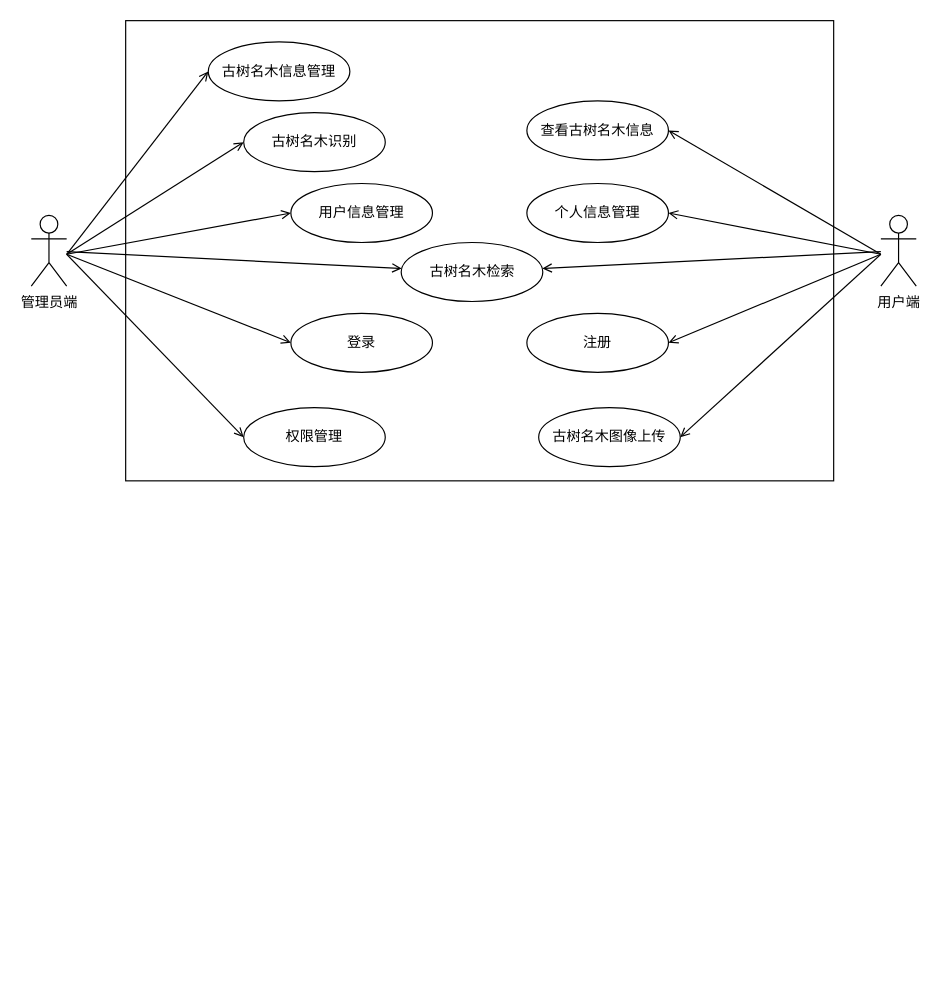
The draw.io diagram page "图4.1 系统整体用例图" (1 of 7) of word/第4章/第四章.drawio in ssl1995/imooc-wiki, before the edit. Source tidied: cells renumbered, new cells numbered last; positions are measured from the earlier drawing's top-left corner, leaving out a move shared by most shapes. Both pictures are drawn from the tidied source at 118%, with x=0, y=0 at pixel (31, 20).
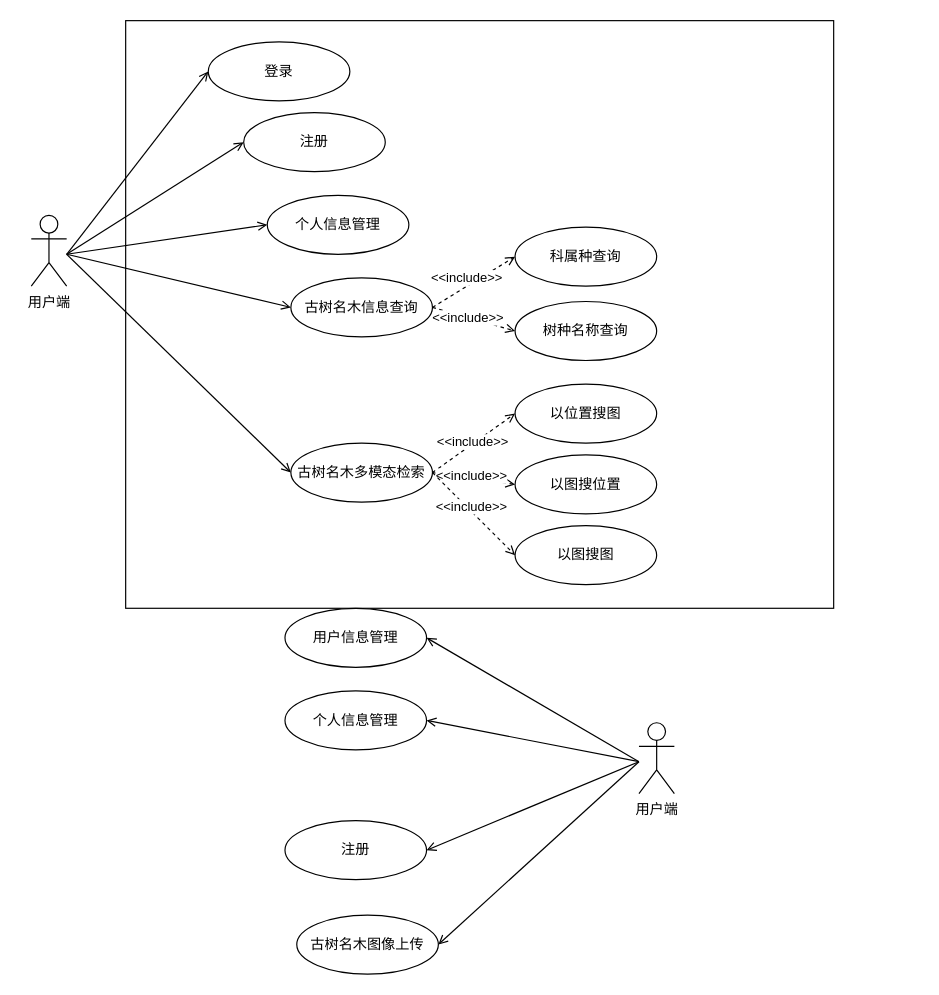
After the change.

Change to the diagram source:
```diff
@@
     <mxCell id="2" style="rounded=0;whiteSpace=wrap;html=1;" parent="1" vertex="1">
-      <mxGeometry x="80" width="600" height="390" as="geometry" />
+      <mxGeometry x="80" width="600" height="498" as="geometry" />
     </mxCell>
@@
-    <mxCell id="5" style="rounded=0;jettySize=auto;html=1;endArrow=open;endFill=0;" parent="1" edge="1" source="9" target="18">
-      <mxGeometry relative="1" as="geometry" />
-    </mxCell>
@@
-    <mxCell id="9" value="管理员端" style="shape=umlActor;verticalLabelPosition=bottom;verticalAlign=top;html=1;outlineConnect=0;" parent="1" vertex="1">
+    <mxCell id="9" value="用户端" style="shape=umlActor;verticalLabelPosition=bottom;verticalAlign=top;html=1;outlineConnect=0;" parent="1" vertex="1">
       <mxGeometry y="165" width="30" height="60" as="geometry" />
     </mxCell>
-    <mxCell id="10" value="古树名木信息管理" style="ellipse;whiteSpace=wrap;html=1;" parent="1" vertex="1">
+    <mxCell id="10" value="登录" style="ellipse;whiteSpace=wrap;html=1;" parent="1" vertex="1">
       <mxGeometry x="150" y="18" width="120" height="50" as="geometry" />
     </mxCell>
-    <mxCell id="11" value="用户信息管理" style="ellipse;whiteSpace=wrap;html=1;" parent="1" vertex="1">
-      <mxGeometry x="220" y="138" width="120" height="50" as="geometry" />
+    <mxCell id="11" value="个人信息管理" style="ellipse;whiteSpace=wrap;html=1;" parent="1" vertex="1">
+      <mxGeometry x="200" y="148" width="120" height="50" as="geometry" />
     </mxCell>
-    <mxCell id="12" style="rounded=0;jettySize=auto;html=1;endArrow=open;endFill=0;" parent="1" edge="1" source="17" target="18">
-      <mxGeometry relative="1" as="geometry" />
-    </mxCell>
     <mxCell id="13" style="rounded=0;jettySize=auto;html=1;entryX=1;entryY=0.5;entryDx=0;entryDy=0;endArrow=open;endFill=0;" parent="1" edge="1" target="20">
       <mxGeometry relative="1" as="geometry">
-        <mxPoint x="720" y="198" as="sourcePoint" />
+        <mxPoint x="515" y="628" as="sourcePoint" />
       </mxGeometry>
     </mxCell>
     <mxCell id="14" style="rounded=0;jettySize=auto;html=1;entryX=1;entryY=0.5;entryDx=0;entryDy=0;endArrow=open;endFill=0;" parent="1" edge="1" target="21">
       <mxGeometry relative="1" as="geometry">
-        <mxPoint x="720" y="198" as="sourcePoint" />
+        <mxPoint x="515" y="628" as="sourcePoint" />
       </mxGeometry>
     </mxCell>
     <mxCell id="15" style="rounded=0;jettySize=auto;html=1;entryX=1;entryY=0.5;entryDx=0;entryDy=0;endArrow=open;endFill=0;" parent="1" edge="1" target="23">
       <mxGeometry relative="1" as="geometry">
-        <mxPoint x="720" y="198" as="sourcePoint" />
+        <mxPoint x="515" y="628" as="sourcePoint" />
       </mxGeometry>
     </mxCell>
     <mxCell id="16" style="rounded=0;jettySize=auto;html=1;entryX=1;entryY=0.5;entryDx=0;entryDy=0;endArrow=open;endFill=0;" parent="1" edge="1" target="24">
       <mxGeometry relative="1" as="geometry">
-        <mxPoint x="720" y="198" as="sourcePoint" />
+        <mxPoint x="515" y="628" as="sourcePoint" />
       </mxGeometry>
     </mxCell>
     <mxCell id="17" value="用户端" style="shape=umlActor;verticalLabelPosition=bottom;verticalAlign=top;html=1;outlineConnect=0;" parent="1" vertex="1">
-      <mxGeometry x="720" y="165" width="30" height="60" as="geometry" />
+      <mxGeometry x="515" y="595" width="30" height="60" as="geometry" />
     </mxCell>
-    <mxCell id="18" value="古树名木检索" style="ellipse;whiteSpace=wrap;html=1;" parent="1" vertex="1">
-      <mxGeometry x="313.5" y="188" width="120" height="50" as="geometry" />
-    </mxCell>
+    <mxCell id="26" style="rounded=0;jettySize=auto;html=1;entryX=0;entryY=0.5;entryDx=0;entryDy=0;exitX=1;exitY=0.5;exitDx=0;exitDy=0;endArrow=open;endFill=0;dashed=1;" parent="1" edge="1" source="19" target="36">
+      <mxGeometry relative="1" as="geometry" />
+    </mxCell>
+    <mxCell id="27" value="&amp;lt;&amp;lt;include&amp;gt;&amp;gt;" style="edgeLabel;html=1;align=center;verticalAlign=middle;" parent="26" vertex="1">
+      <mxGeometry x="-0.24" relative="1" as="geometry">
+        <mxPoint x="2" y="-9" as="offset" />
+      </mxGeometry>
+    </mxCell>
+    <mxCell id="28" style="rounded=0;jettySize=auto;html=1;entryX=0;entryY=0.5;entryDx=0;entryDy=0;dashed=1;endArrow=open;endFill=0;exitX=1;exitY=0.5;exitDx=0;exitDy=0;" parent="1" edge="1" source="19" target="37">
+      <mxGeometry relative="1" as="geometry" />
+    </mxCell>
+    <mxCell id="29" value="&amp;lt;&amp;lt;include&amp;gt;&amp;gt;" style="edgeLabel;html=1;align=center;verticalAlign=middle;" parent="28" vertex="1">
+      <mxGeometry x="-0.14" relative="1" as="geometry" />
+    </mxCell>
-    <mxCell id="19" value="登录" style="ellipse;whiteSpace=wrap;html=1;" parent="1" vertex="1">
-      <mxGeometry x="220" y="248" width="120" height="50" as="geometry" />
+    <mxCell id="19" value="古树名木信息查询" style="ellipse;whiteSpace=wrap;html=1;" parent="1" vertex="1">
+      <mxGeometry x="220" y="218" width="120" height="50" as="geometry" />
     </mxCell>
     <mxCell id="20" value="个人信息管理" style="ellipse;whiteSpace=wrap;html=1;" parent="1" vertex="1">
-      <mxGeometry x="420" y="138" width="120" height="50" as="geometry" />
+      <mxGeometry x="215" y="568" width="120" height="50" as="geometry" />
     </mxCell>
     <mxCell id="21" value="注册" style="ellipse;whiteSpace=wrap;html=1;" parent="1" vertex="1">
-      <mxGeometry x="420" y="248" width="120" height="50" as="geometry" />
+      <mxGeometry x="215" y="678" width="120" height="50" as="geometry" />
     </mxCell>
+    <mxCell id="30" style="rounded=0;jettySize=auto;html=1;entryX=0;entryY=0.5;entryDx=0;entryDy=0;dashed=1;endArrow=open;endFill=0;exitX=1;exitY=0.5;exitDx=0;exitDy=0;" parent="1" edge="1" source="22" target="38">
+      <mxGeometry relative="1" as="geometry" />
+    </mxCell>
+    <mxCell id="31" value="&amp;lt;&amp;lt;include&amp;gt;&amp;gt;" style="edgeLabel;html=1;align=center;verticalAlign=middle;" parent="30" vertex="1">
+      <mxGeometry x="-0.01" y="2" relative="1" as="geometry" />
+    </mxCell>
+    <mxCell id="32" style="rounded=0;jettySize=auto;html=1;entryX=0;entryY=0.5;entryDx=0;entryDy=0;dashed=1;endArrow=open;endFill=0;exitX=1;exitY=0.5;exitDx=0;exitDy=0;" parent="1" edge="1" source="22" target="39">
+      <mxGeometry relative="1" as="geometry" />
+    </mxCell>
+    <mxCell id="33" value="&amp;lt;&amp;lt;include&amp;gt;&amp;gt;" style="edgeLabel;html=1;align=center;verticalAlign=middle;" parent="32" vertex="1">
+      <mxGeometry x="-0.07" y="2" relative="1" as="geometry" />
+    </mxCell>
+    <mxCell id="34" style="rounded=0;jettySize=auto;html=1;entryX=0;entryY=0.5;entryDx=0;entryDy=0;dashed=1;endArrow=open;endFill=0;exitX=1;exitY=0.5;exitDx=0;exitDy=0;" parent="1" edge="1" source="22" target="40">
+      <mxGeometry relative="1" as="geometry" />
+    </mxCell>
+    <mxCell id="35" value="&amp;lt;&amp;lt;include&amp;gt;&amp;gt;" style="edgeLabel;html=1;align=center;verticalAlign=middle;" parent="34" vertex="1">
+      <mxGeometry x="-0.24" y="-2" relative="1" as="geometry">
+        <mxPoint x="7" as="offset" />
+      </mxGeometry>
+    </mxCell>
-    <mxCell id="22" value="权限管理" style="ellipse;whiteSpace=wrap;html=1;" parent="1" vertex="1">
-      <mxGeometry x="180" y="328" width="120" height="50" as="geometry" />
+    <mxCell id="22" value="古树名木多模态检索" style="ellipse;whiteSpace=wrap;html=1;" parent="1" vertex="1">
+      <mxGeometry x="220" y="358" width="120" height="50" as="geometry" />
     </mxCell>
     <mxCell id="23" value="古树名木图像上传" style="ellipse;whiteSpace=wrap;html=1;" parent="1" vertex="1">
-      <mxGeometry x="430" y="328" width="120" height="50" as="geometry" />
+      <mxGeometry x="225" y="758" width="120" height="50" as="geometry" />
     </mxCell>
-    <mxCell id="24" value="查看古树名木信息" style="ellipse;whiteSpace=wrap;html=1;" parent="1" vertex="1">
-      <mxGeometry x="420" y="68" width="120" height="50" as="geometry" />
+    <mxCell id="24" value="用户信息管理" style="ellipse;whiteSpace=wrap;html=1;" parent="1" vertex="1">
+      <mxGeometry x="215" y="498" width="120" height="50" as="geometry" />
     </mxCell>
-    <mxCell id="25" value="古树名木识别" style="ellipse;whiteSpace=wrap;html=1;" parent="1" vertex="1">
+    <mxCell id="25" value="注册" style="ellipse;whiteSpace=wrap;html=1;" parent="1" vertex="1">
       <mxGeometry x="180" y="78" width="120" height="50" as="geometry" />
     </mxCell>
+    <mxCell id="36" value="科属种查询" style="ellipse;whiteSpace=wrap;html=1;" parent="1" vertex="1">
+      <mxGeometry x="410" y="175" width="120" height="50" as="geometry" />
+    </mxCell>
+    <mxCell id="37" value="树种名称查询" style="ellipse;whiteSpace=wrap;html=1;" parent="1" vertex="1">
+      <mxGeometry x="410" y="238" width="120" height="50" as="geometry" />
+    </mxCell>
+    <mxCell id="38" value="以位置搜图" style="ellipse;whiteSpace=wrap;html=1;" parent="1" vertex="1">
+      <mxGeometry x="410" y="308" width="120" height="50" as="geometry" />
+    </mxCell>
+    <mxCell id="39" value="以图搜位置" style="ellipse;whiteSpace=wrap;html=1;" parent="1" vertex="1">
+      <mxGeometry x="410" y="368" width="120" height="50" as="geometry" />
+    </mxCell>
+    <mxCell id="40" value="以图搜图" style="ellipse;whiteSpace=wrap;html=1;" parent="1" vertex="1">
+      <mxGeometry x="410" y="428" width="120" height="50" as="geometry" />
+    </mxCell>
```
